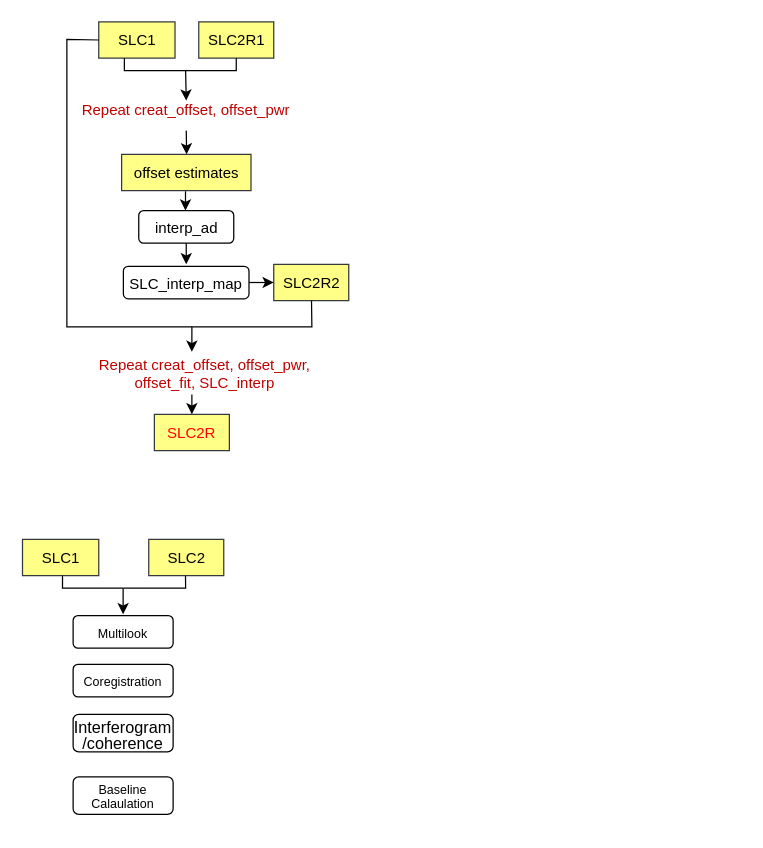
Before: FlowChart/InSAR_Processing_SAOCOM.drawio in LX850569127/DrawIO, a draw.io diagram. Source tidied: cells renumbered, new cells numbered last; positions are measured from the earlier drawing's top-left corner, leaving out a move shared by most shapes. Both pictures are drawn from the tidied source at 125%, with x=0, y=0 at pixel (22, 21).
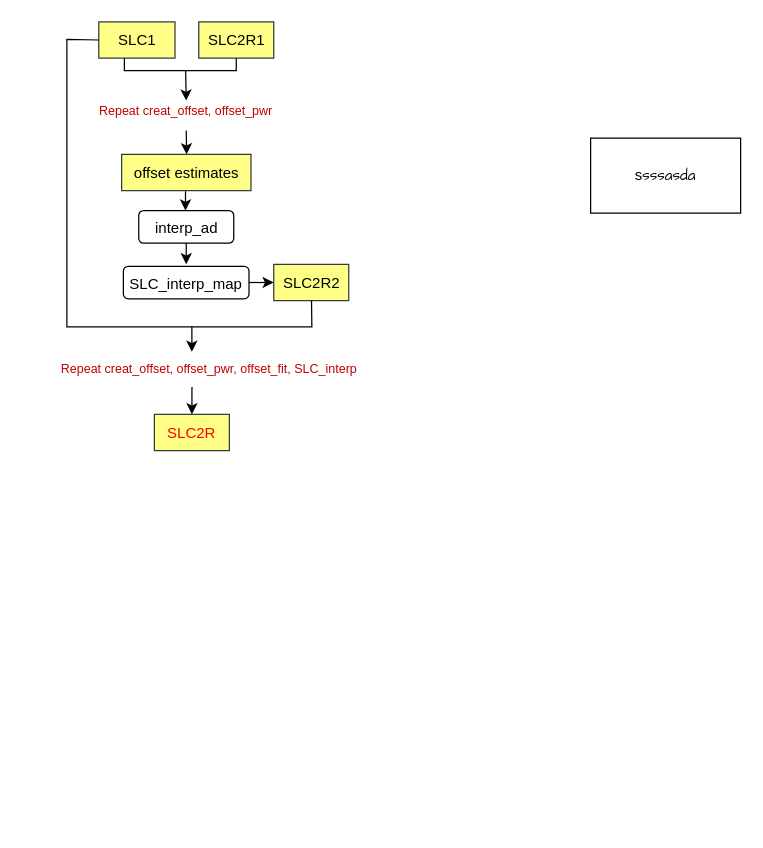
The same page after the edit.

The change refers to these unchanged cells:
```xml
<mxCell id="18" value="&lt;font color=&quot;#ff0000&quot;&gt;SLC2R&lt;/font&gt;" style="rounded=0;whiteSpace=wrap;html=1;fillColor=#ffff88;strokeColor=#36393d;" parent="1" vertex="1">
  <mxGeometry x="105" y="314" width="60" height="29" as="geometry" />
</mxCell>
```

Diff of the diagram source:
```diff
@@
-    <mxCell id="6" value="&lt;p style=&quot;language:en-CH;margin-top:0pt;margin-bottom:0pt;margin-left:0in;&lt;br/&gt;text-align:left;direction:ltr;unicode-bidi:embed;mso-line-break-override:none;&lt;br/&gt;word-break:normal;punctuation-wrap:hanging&quot;&gt;&lt;font color=&quot;#c00000&quot;&gt;Repeat creat_offset, offset_pwr&lt;/font&gt;&lt;/p&gt;" style="text;whiteSpace=wrap;html=1;align=center;" parent="1" vertex="1">
+    <mxCell id="6" value="&lt;p style=&quot;language:en-CH;margin-top:0pt;margin-bottom:0pt;margin-left:0in;&lt;br/&gt;text-align:left;direction:ltr;unicode-bidi:embed;mso-line-break-override:none;&lt;br/&gt;word-break:normal;punctuation-wrap:hanging&quot;&gt;&lt;font style=&quot;font-size: 10px;&quot; color=&quot;#c00000&quot;&gt;Repeat creat_offset, offset_pwr&lt;/font&gt;&lt;/p&gt;" style="text;whiteSpace=wrap;html=1;align=center;" parent="1" vertex="1">
       <mxGeometry x="20" y="57" width="221" height="30" as="geometry" />
     </mxCell>
@@
-    <mxCell id="17" value="&lt;p style=&quot;language:en-CH;margin-top:0pt;margin-bottom:0pt;margin-left:0in;&lt;br/&gt;text-align:left;direction:ltr;unicode-bidi:embed;mso-line-break-override:none;&lt;br/&gt;word-break:normal;punctuation-wrap:hanging&quot;&gt;&lt;font color=&quot;#c00000&quot;&gt;Repeat creat_offset, offset_pwr, offset_fit, SLC_interp&lt;/font&gt;&lt;/p&gt;" style="text;whiteSpace=wrap;html=1;align=center;" parent="1" vertex="1">
-      <mxGeometry x="35" y="261" width="221" height="30" as="geometry" />
+    <mxCell id="17" value="&lt;p style=&quot;language:en-CH;margin-top:0pt;margin-bottom:0pt;margin-left:0in;&lt;br/&gt;text-align:left;direction:ltr;unicode-bidi:embed;mso-line-break-override:none;&lt;br/&gt;word-break:normal;punctuation-wrap:hanging&quot;&gt;&lt;font style=&quot;font-size: 10px;&quot; color=&quot;#c00000&quot;&gt;Repeat creat_offset, offset_pwr, offset_fit, SLC_interp&lt;/font&gt;&lt;/p&gt;" style="text;whiteSpace=wrap;html=1;align=center;" parent="1" vertex="1">
+      <mxGeometry x="29" y="263" width="240" height="30" as="geometry" />
     </mxCell>
@@
-    <mxCell id="19" style="endArrow=classic;html=1;rounded=0;" parent="1" edge="1" target="18">
-      <mxGeometry relative="1" as="geometry">
-        <mxPoint x="135" y="298" as="sourcePoint" />
-      </mxGeometry>
+    <mxCell id="19" style="endArrow=classic;html=1;rounded=0;exitX=0.442;exitY=0.967;exitDx=0;exitDy=0;exitPerimeter=0;" parent="1" edge="1" source="17" target="18">
+      <mxGeometry relative="1" as="geometry" />
     </mxCell>
-    <mxCell id="20" value="SLC2" style="rounded=0;whiteSpace=wrap;html=1;fillColor=#ffff88;strokeColor=#36393d;" parent="1" vertex="1">
-      <mxGeometry x="100.5" y="414" width="60" height="29" as="geometry" />
-    </mxCell>
-    <mxCell id="21" value="SLC1" style="rounded=0;whiteSpace=wrap;html=1;fillColor=#ffff88;strokeColor=#36393d;" parent="1" vertex="1">
-      <mxGeometry x="-0.5" y="414" width="61" height="29" as="geometry" />
-    </mxCell>
-    <mxCell id="22" style="endArrow=classic;html=1;rounded=0;" parent="1" edge="1">
-      <mxGeometry relative="1" as="geometry">
-        <mxPoint x="31.5" y="443" as="sourcePoint" />
-        <mxPoint x="80" y="474" as="targetPoint" />
-        <Array as="points">
-          <mxPoint x="31.5" y="453" />
-          <mxPoint x="80" y="453" />
-        </Array>
-      </mxGeometry>
-    </mxCell>
-    <mxCell id="23" style="endArrow=none;html=1;rounded=0;endFill=0;exitX=0.49;exitY=1.002;exitDx=0;exitDy=0;exitPerimeter=0;" parent="1" edge="1" source="20">
-      <mxGeometry relative="1" as="geometry">
-        <mxPoint x="80.5" y="453" as="targetPoint" />
-        <Array as="points">
-          <mxPoint x="130" y="453" />
-          <mxPoint x="80.5" y="453" />
-        </Array>
-      </mxGeometry>
-    </mxCell>
-    <mxCell id="24" value="&lt;font style=&quot;font-size: 10px;&quot;&gt;Multilook&lt;/font&gt;" style="rounded=1;whiteSpace=wrap;html=1;fontSize=14;" parent="1" vertex="1">
-      <mxGeometry x="40" y="475" width="80" height="26" as="geometry" />
-    </mxCell>
-    <mxCell id="25" value="&lt;font style=&quot;font-size: 10px;&quot;&gt;Coregistration&lt;/font&gt;" style="rounded=1;whiteSpace=wrap;html=1;fontSize=14;" parent="1" vertex="1">
-      <mxGeometry x="40" y="514" width="80" height="26" as="geometry" />
-    </mxCell>
-    <mxCell id="26" value="&lt;font style=&quot;font-size: 13px;&quot;&gt;Interferogram&lt;/font&gt;&lt;div style=&quot;line-height: 80%; font-size: 13px;&quot;&gt;&lt;font style=&quot;font-size: 13px;&quot;&gt;/coherence&lt;/font&gt;&lt;/div&gt;" style="rounded=1;whiteSpace=wrap;html=1;fontSize=14;" parent="1" vertex="1">
-      <mxGeometry x="40" y="554" width="80" height="30" as="geometry" />
-    </mxCell>
-    <mxCell id="27" value="&lt;p style=&quot;line-height: 68%;&quot;&gt;&lt;span style=&quot;font-size: 10px;&quot;&gt;Baseline Calaulation&lt;/span&gt;&lt;/p&gt;" style="rounded=1;whiteSpace=wrap;html=1;fontSize=14;" parent="1" vertex="1">
-      <mxGeometry x="40" y="604" width="80" height="30" as="geometry" />
-    </mxCell>
+    <mxCell id="28" value="s&lt;font face=&quot;Comic Sans MS&quot;&gt;sssasda&lt;/font&gt;" style="rounded=0;whiteSpace=wrap;html=1;" parent="1" vertex="1">
+      <mxGeometry x="454" y="93" width="120" height="60" as="geometry" />
+    </mxCell>
```
